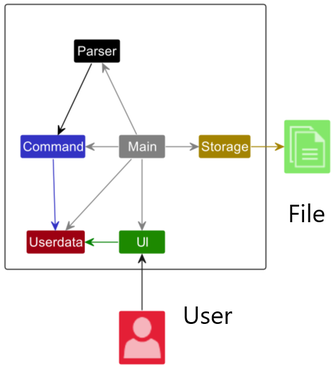
This is docs/images/DeveloperGuide/architecture.png from nus-cs2113-AY2223S2/tp, a PlantUML export, as it was before one commit. Its source is kept beside it as docs/diagrams/Architecture.puml. The source it was exported from:
```plantuml
@startuml
!include <office/Concepts/globe_internet>
!include <office/Concepts/documents>
!include <office/Users/user>
!include style.puml

Package " "<<Rectangle>>{
    Class UI UI_COLOR
    Class Command COMMAND_COLOR
    Class Storage STORAGE_COLOR
    Class Userdata USERDATA_COLOR
    Class Parser #black
    Class Main #grey
}

Class "<$user>" as User USERDATA_COLOR_T2
Class "<$documents>" as File UI_COLOR_T1

UI -[#green]> Userdata
Command -[COMMAND_COLOR]>Userdata
Main -[#grey]-> UI
Main -right[#grey]-> Storage
Main -[#grey]-> Userdata
Main -left[#grey]-> Command
Main -up[#grey]-> Parser
Parser -[#black]-> Command

Storage -right[STORAGE_COLOR]->File
User -up-> UI
@enduml
```
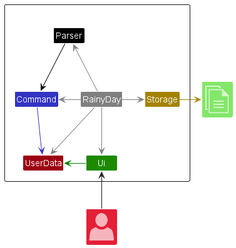
The same diagram one commit later.

Commit message:
update architecture diagram

Diff of the diagram source:
```diff
@@ -5,26 +5,26 @@
 !include style.puml
 
 Package " "<<Rectangle>>{
-    Class UI UI_COLOR
+    Class Ui UI_COLOR
     Class Command COMMAND_COLOR
     Class Storage STORAGE_COLOR
-    Class Userdata USERDATA_COLOR
+    Class UserData USERDATA_COLOR
     Class Parser #black
-    Class Main #grey
+    Class RainyDay #grey
 }
 
 Class "<$user>" as User USERDATA_COLOR_T2
 Class "<$documents>" as File UI_COLOR_T1
 
-UI -[#green]> Userdata
-Command -[COMMAND_COLOR]>Userdata
-Main -[#grey]-> UI
-Main -right[#grey]-> Storage
-Main -[#grey]-> Userdata
-Main -left[#grey]-> Command
-Main -up[#grey]-> Parser
+Ui -[#green]> UserData
+Command -[COMMAND_COLOR]>UserData
+RainyDay -[#grey]-> Ui
+RainyDay -right[#grey]-> Storage
+RainyDay -[#grey]-> UserData
+RainyDay -left[#grey]-> Command
+RainyDay -up[#grey]-> Parser
 Parser -[#black]-> Command
 
 Storage -right[STORAGE_COLOR]->File
-User -up-> UI
+User -up-> Ui
 @enduml
```
